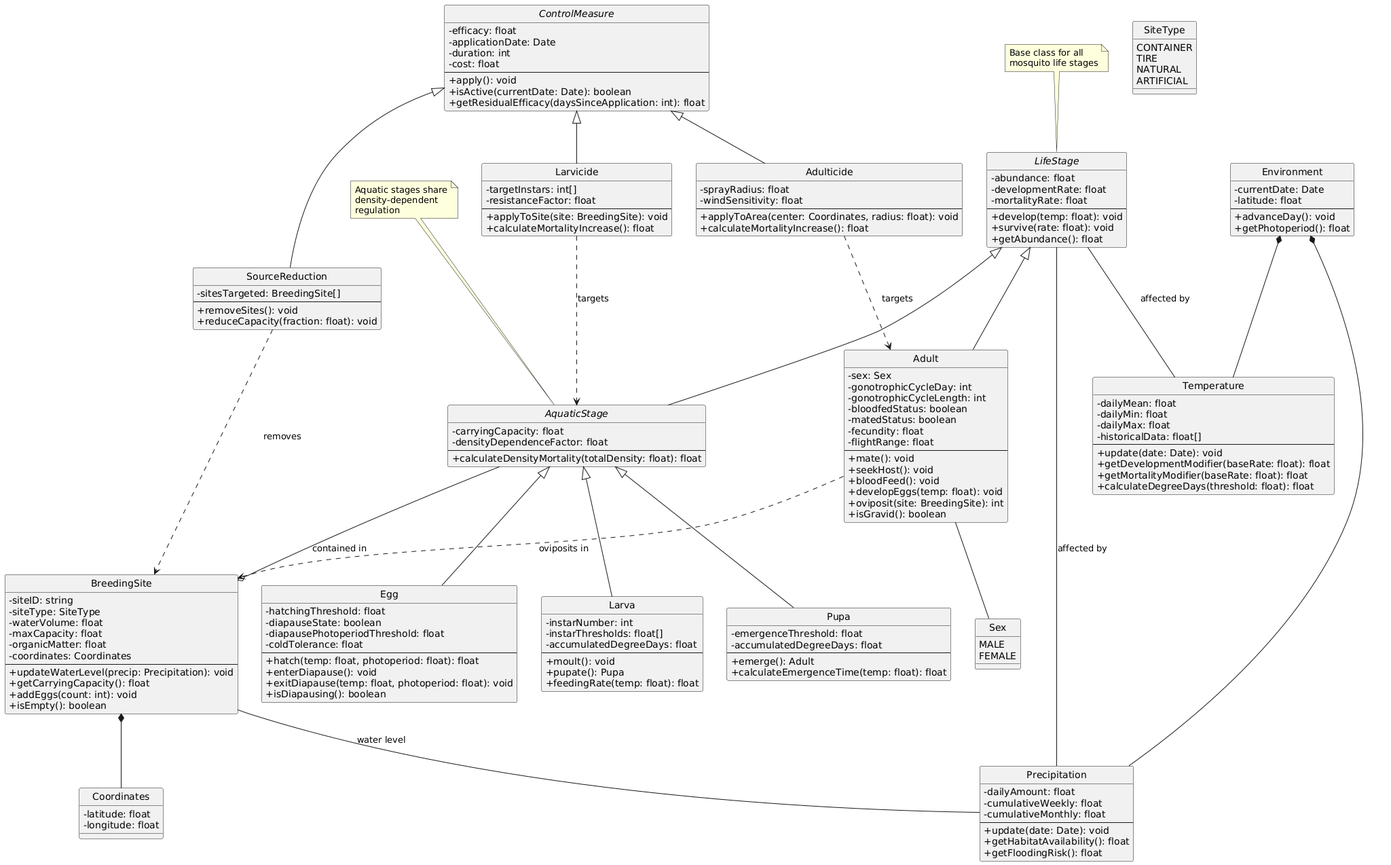
Before: plantuml/figures/AedesClassDiagram.png, a diagram exported from PlantUML (sciom/aedes-uml-framework). Its source is kept beside it as plantuml/AedesClassDiagram.puml. Source of this version:
```plantuml
@startuml AedesClassDiagram

skinparam classAttributeIconSize 0
hide circle

abstract class LifeStage {
  - abundance: float
  - developmentRate: float
  - mortalityRate: float
  --
  + develop(temp: float): void
  + survive(rate: float): void
  + getAbundance(): float
}

abstract class AquaticStage {
  - carryingCapacity: float
  - densityDependenceFactor: float
  --
  + calculateDensityMortality(totalDensity: float): float
}

class Egg {
  - hatchingThreshold: float
  - diapauseState: boolean
  - diapausePhotoperiodThreshold: float
  - coldTolerance: float
  --
  + hatch(temp: float, photoperiod: float): float
  + enterDiapause(): void
  + exitDiapause(temp: float, photoperiod: float): void
  + isDiapausing(): boolean
}

class Larva {
  - instarNumber: int
  - instarThresholds: float[]
  - accumulatedDegreeDays: float
  --
  + moult(): void
  + pupate(): Pupa
  + feedingRate(temp: float): float
}

class Pupa {
  - emergenceThreshold: float
  - accumulatedDegreeDays: float
  --
  + emerge(): Adult
  + calculateEmergenceTime(temp: float): float
}

class Adult {
  - sex: Sex
  - gonotrophicCycleDay: int
  - gonotrophicCycleLength: int
  - bloodfedStatus: boolean
  - matedStatus: boolean
  - fecundity: float
  - flightRange: float
  --
  + mate(): void
  + seekHost(): void
  + bloodFeed(): void
  + developEggs(temp: float): void
  + oviposit(site: BreedingSite): int
  + isGravid(): boolean
}

enum Sex {
  MALE
  FEMALE
}

class Environment {
  - currentDate: Date
  - latitude: float
  --
  + advanceDay(): void
  + getPhotoperiod(): float
}

class Temperature {
  - dailyMean: float
  - dailyMin: float
  - dailyMax: float
  - historicalData: float[]
  --
  + update(date: Date): void
  + getDevelopmentModifier(baseRate: float): float
  + getMortalityModifier(baseRate: float): float
  + calculateDegreeDays(threshold: float): float
}

class Precipitation {
  - dailyAmount: float
  - cumulativeWeekly: float
  - cumulativeMonthly: float
  --
  + update(date: Date): void
  + getHabitatAvailability(): float
  + getFloodingRisk(): float
}

class BreedingSite {
  - siteID: string
  - siteType: SiteType
  - waterVolume: float
  - maxCapacity: float
  - organicMatter: float
  - coordinates: Coordinates
  --
  + updateWaterLevel(precip: Precipitation): void
  + getCarryingCapacity(): float
  + addEggs(count: int): void
  + isEmpty(): boolean
}

enum SiteType {
  CONTAINER
  TIRE
  NATURAL
  ARTIFICIAL
}

class Coordinates {
  - latitude: float
  - longitude: float
}

abstract class ControlMeasure {
  - efficacy: float
  - applicationDate: Date
  - duration: int
  - cost: float
  --
  + apply(): void
  + isActive(currentDate: Date): boolean
  + getResidualEfficacy(daysSinceApplication: int): float
}

class Larvicide {
  - targetInstars: int[]
  - resistanceFactor: float
  --
  + applyToSite(site: BreedingSite): void
  + calculateMortalityIncrease(): float
}

class Adulticide {
  - sprayRadius: float
  - windSensitivity: float
  --
  + applyToArea(center: Coordinates, radius: float): void
  + calculateMortalityIncrease(): float
}

class SourceReduction {
  - sitesTargeted: BreedingSite[]
  --
  + removeSites(): void
  + reduceCapacity(fraction: float): void
}

LifeStage <|-- AquaticStage
AquaticStage <|-- Egg
AquaticStage <|-- Larva
AquaticStage <|-- Pupa
LifeStage <|-- Adult

ControlMeasure <|-- Larvicide
ControlMeasure <|-- Adulticide
ControlMeasure <|-- SourceReduction

Environment *-- Temperature
Environment *-- Precipitation

LifeStage -- Temperature : affected by
LifeStage -- Precipitation : affected by

AquaticStage --o BreedingSite : contained in
Adult ..> BreedingSite : oviposits in

BreedingSite *-- Coordinates
BreedingSite -- Precipitation : water level

Larvicide ..> AquaticStage : targets
Adulticide ..> Adult : targets
SourceReduction ..> BreedingSite : removes

Adult -- Sex

note "Base class for all\nmosquito life stages" as N1
N1 .. LifeStage

note "Aquatic stages share\ndensity-dependent\nregulation" as N2
N2 .. AquaticStage

@enduml
```
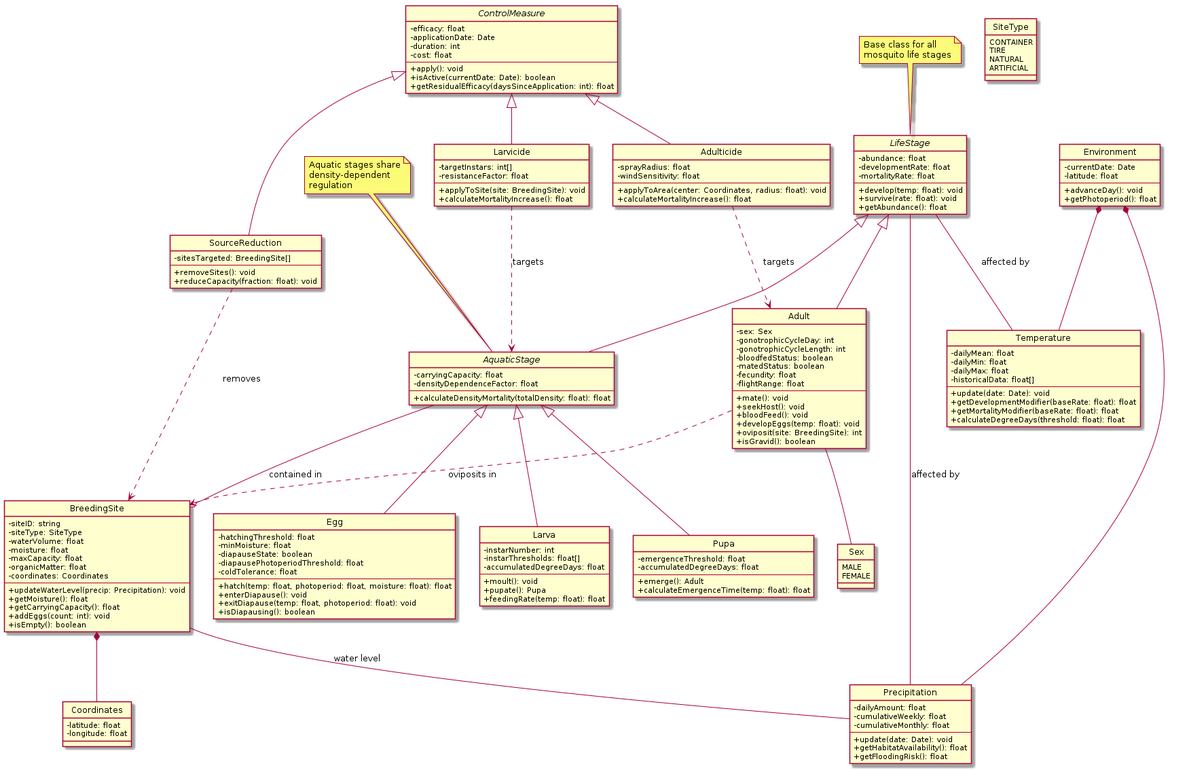
After the commit.

The edit, as a diff of the source:
```diff
@@ -22,11 +22,12 @@
 
 class Egg {
   - hatchingThreshold: float
+  - minMoisture: float
   - diapauseState: boolean
   - diapausePhotoperiodThreshold: float
   - coldTolerance: float
   --
-  + hatch(temp: float, photoperiod: float): float
+  + hatch(temp: float, photoperiod: float, moisture: float): float
   + enterDiapause(): void
   + exitDiapause(temp: float, photoperiod: float): void
   + isDiapausing(): boolean
@@ -106,11 +107,13 @@
   - siteID: string
   - siteType: SiteType
   - waterVolume: float
+  - moisture: float
   - maxCapacity: float
   - organicMatter: float
   - coordinates: Coordinates
   --
   + updateWaterLevel(precip: Precipitation): void
+  + getMoisture(): float
   + getCarryingCapacity(): float
   + addEggs(count: int): void
   + isEmpty(): boolean
```
